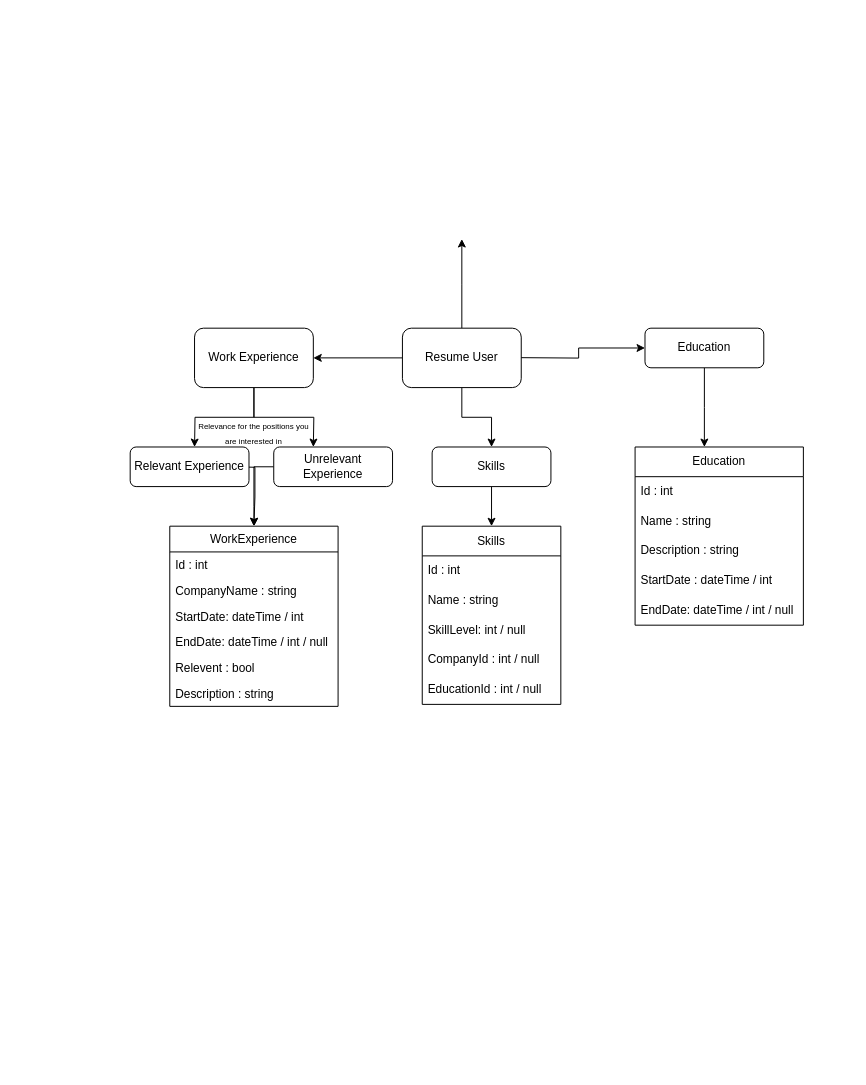
This is Planning/Backend/PlanningDatabaseContent.drawio from Agent00bad/Examensarbete, a draw.io file, before an edit. Source tidied: cells renumbered, new cells numbered last; positions are measured from the earlier drawing's top-left corner, leaving out a move shared by most shapes. Both pictures are drawn from the tidied source at 99%, with x=0, y=0 at pixel (130, 239).
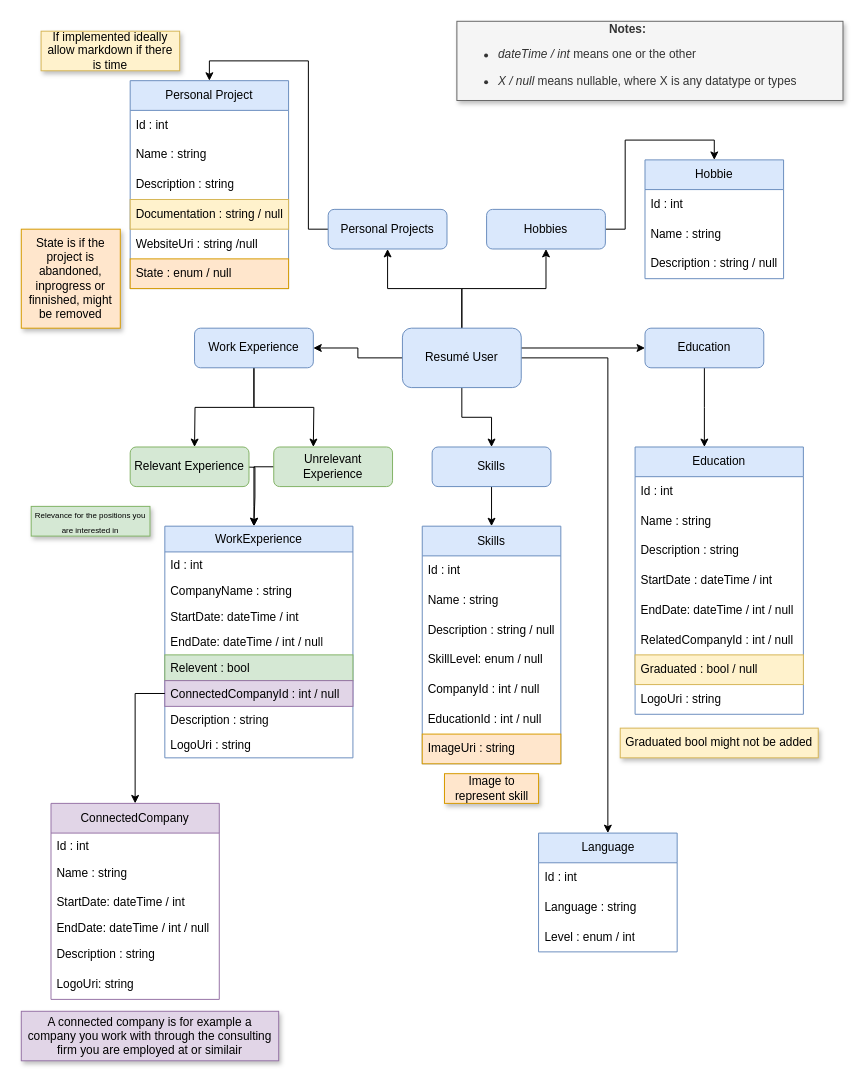
Above is the later version.

The edit, as a diff of the source:
```diff
@@
     <mxCell id="3" style="edgeStyle=orthogonalEdgeStyle;rounded=0;jettySize=auto;html=1;entryX=0;entryY=0.5;entryDx=0;entryDy=0;" parent="1" edge="1" target="25">
       <mxGeometry relative="1" as="geometry">
         <mxPoint x="385" y="119.7" as="sourcePoint" />
+        <Array as="points">
+          <mxPoint x="385" y="110" />
+        </Array>
       </mxGeometry>
     </mxCell>
@@
-    <mxCell id="5" style="edgeStyle=orthogonalEdgeStyle;rounded=0;jettySize=auto;html=1;" parent="1" edge="1" source="6">
-      <mxGeometry relative="1" as="geometry">
-        <mxPoint x="335" as="targetPoint" />
-      </mxGeometry>
-    </mxCell>
+    <mxCell id="38" style="edgeStyle=orthogonalEdgeStyle;rounded=0;jettySize=auto;html=1;entryX=0.5;entryY=1;entryDx=0;entryDy=0;" parent="1" edge="1" source="6" target="58">
+      <mxGeometry relative="1" as="geometry" />
+    </mxCell>
+    <mxCell id="39" style="edgeStyle=orthogonalEdgeStyle;rounded=0;jettySize=auto;html=1;entryX=0.5;entryY=1;entryDx=0;entryDy=0;" parent="1" edge="1" source="6" target="60">
+      <mxGeometry relative="1" as="geometry" />
+    </mxCell>
+    <mxCell id="40" style="edgeStyle=orthogonalEdgeStyle;rounded=0;jettySize=auto;html=1;entryX=0.5;entryY=0;entryDx=0;entryDy=0;" parent="1" edge="1" source="6" target="73">
+      <mxGeometry relative="1" as="geometry" />
+    </mxCell>
-    <mxCell id="6" value="Resume User" style="rounded=1;whiteSpace=wrap;html=1;" parent="1" vertex="1">
+    <mxCell id="6" value="Resumé User" style="rounded=1;whiteSpace=wrap;html=1;fillColor=#dae8fc;strokeColor=#6c8ebf;" parent="1" vertex="1">
       <mxGeometry x="275" y="90" width="120" height="60" as="geometry" />
     </mxCell>
@@
-    <mxCell id="9" value="Work Experience" style="rounded=1;whiteSpace=wrap;html=1;" parent="1" vertex="1">
-      <mxGeometry x="65" y="90" width="120" height="60" as="geometry" />
+    <mxCell id="9" value="Work Experience" style="rounded=1;whiteSpace=wrap;html=1;fillColor=#dae8fc;strokeColor=#6c8ebf;" parent="1" vertex="1">
+      <mxGeometry x="65" y="90" width="120" height="40" as="geometry" />
     </mxCell>
@@
-    <mxCell id="11" value="Relevant Experience" style="rounded=1;whiteSpace=wrap;html=1;" parent="1" vertex="1">
+    <mxCell id="11" value="Relevant Experience" style="rounded=1;whiteSpace=wrap;html=1;fillColor=#d5e8d4;strokeColor=#82b366;" parent="1" vertex="1">
       <mxGeometry y="210" width="120" height="40" as="geometry" />
     </mxCell>
@@
-    <mxCell id="13" value="Unrelevant Experience" style="rounded=1;whiteSpace=wrap;html=1;" parent="1" vertex="1">
+    <mxCell id="13" value="Unrelevant Experience" style="rounded=1;whiteSpace=wrap;html=1;fillColor=#d5e8d4;strokeColor=#82b366;" parent="1" vertex="1">
       <mxGeometry x="145" y="210" width="120" height="40" as="geometry" />
     </mxCell>
-    <mxCell id="14" value="&lt;font style=&quot;font-size: 8px;&quot;&gt;Relevance for the positions you are interested in &lt;/font&gt;" style="text;html=1;align=center;verticalAlign=middle;whiteSpace=wrap;rounded=0;" parent="1" vertex="1">
-      <mxGeometry x="65" y="180" width="120" height="30" as="geometry" />
+    <mxCell id="14" value="&lt;font style=&quot;font-size: 8px;&quot;&gt;Relevance for the positions you are interested in &lt;/font&gt;" style="text;html=1;align=center;verticalAlign=middle;whiteSpace=wrap;rounded=0;fillColor=#d5e8d4;strokeColor=#82b366;shadow=1;" parent="1" vertex="1">
+      <mxGeometry x="-100" y="270" width="120" height="30" as="geometry" />
     </mxCell>
-    <mxCell id="15" value="WorkExperience" style="swimlane;fontStyle=0;horizontal=1;startSize=26;fillColor=none;whiteSpace=wrap;html=1;" parent="1" vertex="1">
-      <mxGeometry x="40" y="290" width="170" height="182" as="geometry" />
+    <mxCell id="15" value="WorkExperience" style="swimlane;fontStyle=0;horizontal=1;startSize=26;fillColor=#dae8fc;whiteSpace=wrap;html=1;strokeColor=#6c8ebf;" parent="1" vertex="1">
+      <mxGeometry x="35" y="290" width="190" height="234" as="geometry" />
     </mxCell>
     <mxCell id="16" value="Id : int" style="text;strokeColor=none;fillColor=none;align=left;verticalAlign=top;spacingLeft=4;spacingRight=4;overflow=hidden;whiteSpace=wrap;html=1;" parent="15" vertex="1">
-      <mxGeometry y="26" width="170" height="26" as="geometry" />
+      <mxGeometry y="26" width="190" height="26" as="geometry" />
     </mxCell>
     <mxCell id="17" value="CompanyName : string" style="text;strokeColor=none;fillColor=none;align=left;verticalAlign=top;spacingLeft=4;spacingRight=4;overflow=hidden;whiteSpace=wrap;html=1;" parent="15" vertex="1">
-      <mxGeometry y="52" width="170" height="26" as="geometry" />
+      <mxGeometry y="52" width="190" height="26" as="geometry" />
     </mxCell>
     <mxCell id="18" value="StartDate: dateTime / int" style="text;strokeColor=none;fillColor=none;align=left;verticalAlign=top;spacingLeft=4;spacingRight=4;overflow=hidden;whiteSpace=wrap;html=1;" parent="15" vertex="1">
-      <mxGeometry y="78" width="170" height="26" as="geometry" />
+      <mxGeometry y="78" width="190" height="26" as="geometry" />
     </mxCell>
     <mxCell id="19" value="EndDate: dateTime / int / null" style="text;strokeColor=none;fillColor=none;align=left;verticalAlign=top;spacingLeft=4;spacingRight=4;overflow=hidden;whiteSpace=wrap;html=1;" parent="15" vertex="1">
-      <mxGeometry y="104" width="170" height="26" as="geometry" />
+      <mxGeometry y="104" width="190" height="26" as="geometry" />
     </mxCell>
-    <mxCell id="20" value="Relevent : bool" style="text;strokeColor=none;fillColor=none;align=left;verticalAlign=top;spacingLeft=4;spacingRight=4;overflow=hidden;whiteSpace=wrap;html=1;" parent="15" vertex="1">
-      <mxGeometry y="130" width="170" height="26" as="geometry" />
+    <mxCell id="20" value="Relevent : bool" style="text;strokeColor=#82b366;fillColor=#d5e8d4;align=left;verticalAlign=top;spacingLeft=4;spacingRight=4;overflow=hidden;whiteSpace=wrap;html=1;" parent="15" vertex="1">
+      <mxGeometry y="130" width="190" height="26" as="geometry" />
     </mxCell>
+    <mxCell id="41" value="ConnectedCompanyId : int / null" style="text;strokeColor=#9673a6;fillColor=#e1d5e7;align=left;verticalAlign=top;spacingLeft=4;spacingRight=4;overflow=hidden;points=[[0,0.5],[1,0.5]];portConstraint=eastwest;whiteSpace=wrap;html=1;" parent="15" vertex="1">
+      <mxGeometry y="156" width="190" height="26" as="geometry" />
+    </mxCell>
     <mxCell id="21" value="Description : string" style="text;strokeColor=none;fillColor=none;align=left;verticalAlign=top;spacingLeft=4;spacingRight=4;overflow=hidden;whiteSpace=wrap;html=1;" parent="15" vertex="1">
-      <mxGeometry y="156" width="170" height="26" as="geometry" />
+      <mxGeometry y="182" width="190" height="26" as="geometry" />
     </mxCell>
+    <mxCell id="42" value="LogoUri : string" style="text;strokeColor=none;fillColor=none;align=left;verticalAlign=top;spacingLeft=4;spacingRight=4;overflow=hidden;whiteSpace=wrap;html=1;" parent="15" vertex="1">
+      <mxGeometry y="208" width="190" height="26" as="geometry" />
+    </mxCell>
@@
-    <mxCell id="23" value="Skills" style="rounded=1;whiteSpace=wrap;html=1;" parent="1" vertex="1">
+    <mxCell id="23" value="Skills" style="rounded=1;whiteSpace=wrap;html=1;fillColor=#dae8fc;strokeColor=#6c8ebf;" parent="1" vertex="1">
       <mxGeometry x="305" y="210" width="120" height="40" as="geometry" />
     </mxCell>
@@
-    <mxCell id="25" value="Education" style="rounded=1;whiteSpace=wrap;html=1;" parent="1" vertex="1">
+    <mxCell id="25" value="Education" style="rounded=1;whiteSpace=wrap;html=1;fillColor=#dae8fc;strokeColor=#6c8ebf;" parent="1" vertex="1">
       <mxGeometry x="520" y="90" width="120" height="40" as="geometry" />
     </mxCell>
-    <mxCell id="26" value="Skills" style="swimlane;fontStyle=0;horizontal=1;startSize=30;whiteSpace=wrap;html=1;" parent="1" vertex="1">
-      <mxGeometry x="295" y="290" width="140" height="180" as="geometry" />
+    <mxCell id="26" value="Skills" style="swimlane;fontStyle=0;horizontal=1;startSize=30;whiteSpace=wrap;html=1;fillColor=#dae8fc;strokeColor=#6c8ebf;" parent="1" vertex="1">
+      <mxGeometry x="295" y="290" width="140" height="240" as="geometry" />
     </mxCell>
@@
+    <mxCell id="43" value="Description : string / null" style="text;strokeColor=none;fillColor=none;align=left;verticalAlign=middle;spacingLeft=4;spacingRight=4;overflow=hidden;whiteSpace=wrap;html=1;" parent="26" vertex="1">
+      <mxGeometry y="90" width="140" height="30" as="geometry" />
+    </mxCell>
-    <mxCell id="29" value="SkillLevel: int / null" style="text;strokeColor=none;fillColor=none;align=left;verticalAlign=middle;spacingLeft=4;spacingRight=4;overflow=hidden;whiteSpace=wrap;html=1;" parent="26" vertex="1">
-      <mxGeometry y="90" width="140" height="30" as="geometry" />
+    <mxCell id="29" value="SkillLevel: enum / null" style="text;strokeColor=none;fillColor=none;align=left;verticalAlign=middle;spacingLeft=4;spacingRight=4;overflow=hidden;whiteSpace=wrap;html=1;" parent="26" vertex="1">
+      <mxGeometry y="120" width="140" height="30" as="geometry" />
     </mxCell>
     <mxCell id="30" value="CompanyId : int / null" style="text;strokeColor=none;fillColor=none;align=left;verticalAlign=middle;spacingLeft=4;spacingRight=4;overflow=hidden;whiteSpace=wrap;html=1;" parent="26" vertex="1">
-      <mxGeometry y="120" width="140" height="30" as="geometry" />
+      <mxGeometry y="150" width="140" height="30" as="geometry" />
     </mxCell>
     <mxCell id="31" value="EducationId : int / null" style="text;strokeColor=none;fillColor=none;align=left;verticalAlign=middle;spacingLeft=4;spacingRight=4;overflow=hidden;whiteSpace=wrap;html=1;" parent="26" vertex="1">
-      <mxGeometry y="150" width="140" height="30" as="geometry" />
+      <mxGeometry y="180" width="140" height="30" as="geometry" />
     </mxCell>
+    <mxCell id="44" value="ImageUri : string" style="text;strokeColor=#d79b00;fillColor=#ffe6cc;align=left;verticalAlign=middle;spacingLeft=4;spacingRight=4;overflow=hidden;whiteSpace=wrap;html=1;" parent="26" vertex="1">
+      <mxGeometry y="210" width="140" height="30" as="geometry" />
+    </mxCell>
-    <mxCell id="32" value="Education" style="swimlane;fontStyle=0;horizontal=1;startSize=30;whiteSpace=wrap;html=1;" parent="1" vertex="1">
-      <mxGeometry x="510" y="210" width="170" height="180" as="geometry" />
+    <mxCell id="32" value="Education" style="swimlane;fontStyle=0;horizontal=1;startSize=30;whiteSpace=wrap;html=1;fillColor=#dae8fc;strokeColor=#6c8ebf;" parent="1" vertex="1">
+      <mxGeometry x="510" y="210" width="170" height="270" as="geometry" />
     </mxCell>
@@
+    <mxCell id="45" value="RelatedCompanyId : int / null" style="text;strokeColor=none;fillColor=none;align=left;verticalAlign=middle;spacingLeft=4;spacingRight=4;overflow=hidden;whiteSpace=wrap;html=1;" parent="32" vertex="1">
+      <mxGeometry y="180" width="170" height="30" as="geometry" />
+    </mxCell>
+    <mxCell id="46" value="Graduated : bool / null" style="text;strokeColor=#d6b656;fillColor=#fff2cc;align=left;verticalAlign=middle;spacingLeft=4;spacingRight=4;overflow=hidden;whiteSpace=wrap;html=1;" parent="32" vertex="1">
+      <mxGeometry y="210" width="170" height="30" as="geometry" />
+    </mxCell>
+    <mxCell id="47" value="LogoUri : string" style="text;strokeColor=none;fillColor=none;align=left;verticalAlign=middle;spacingLeft=4;spacingRight=4;overflow=hidden;whiteSpace=wrap;html=1;" parent="32" vertex="1">
+      <mxGeometry y="240" width="170" height="30" as="geometry" />
+    </mxCell>
+    <mxCell id="48" value="Graduated bool might not be added" style="text;html=1;align=center;verticalAlign=middle;whiteSpace=wrap;rounded=0;fillColor=#fff2cc;strokeColor=#d6b656;shadow=1;" parent="1" vertex="1">
+      <mxGeometry x="495" y="494" width="200" height="30" as="geometry" />
+    </mxCell>
+    <mxCell id="49" value="ConnectedCompany" style="swimlane;fontStyle=0;horizontal=1;startSize=30;whiteSpace=wrap;html=1;fillColor=#e1d5e7;strokeColor=#9673a6;" parent="1" vertex="1">
+      <mxGeometry x="-80" y="570" width="170" height="198" as="geometry" />
+    </mxCell>
+    <mxCell id="50" value="Id : int" style="text;strokeColor=none;fillColor=none;align=left;verticalAlign=top;spacingLeft=4;spacingRight=4;overflow=hidden;whiteSpace=wrap;html=1;" parent="49" vertex="1">
+      <mxGeometry y="30" width="170" height="26" as="geometry" />
+    </mxCell>
+    <mxCell id="51" value="Name : string" style="text;strokeColor=none;fillColor=none;align=left;verticalAlign=middle;spacingLeft=4;spacingRight=4;overflow=hidden;whiteSpace=wrap;html=1;" parent="49" vertex="1">
+      <mxGeometry y="56" width="170" height="30" as="geometry" />
+    </mxCell>
+    <mxCell id="52" value="StartDate: dateTime / int" style="text;strokeColor=none;fillColor=none;align=left;verticalAlign=top;spacingLeft=4;spacingRight=4;overflow=hidden;whiteSpace=wrap;html=1;" parent="49" vertex="1">
+      <mxGeometry y="86" width="170" height="26" as="geometry" />
+    </mxCell>
+    <mxCell id="53" value="EndDate: dateTime / int / null" style="text;strokeColor=none;fillColor=none;align=left;verticalAlign=top;spacingLeft=4;spacingRight=4;overflow=hidden;whiteSpace=wrap;html=1;" parent="49" vertex="1">
+      <mxGeometry y="112" width="170" height="26" as="geometry" />
+    </mxCell>
+    <mxCell id="54" value="Description : string" style="text;strokeColor=none;fillColor=none;align=left;verticalAlign=middle;spacingLeft=4;spacingRight=4;overflow=hidden;whiteSpace=wrap;html=1;" parent="49" vertex="1">
+      <mxGeometry y="138" width="170" height="30" as="geometry" />
+    </mxCell>
+    <mxCell id="55" value="LogoUri: string" style="text;strokeColor=none;fillColor=none;align=left;verticalAlign=middle;spacingLeft=4;spacingRight=4;overflow=hidden;whiteSpace=wrap;html=1;" parent="49" vertex="1">
+      <mxGeometry y="168" width="170" height="30" as="geometry" />
+    </mxCell>
+    <mxCell id="56" style="edgeStyle=orthogonalEdgeStyle;rounded=0;jettySize=auto;html=1;entryX=0.5;entryY=0;entryDx=0;entryDy=0;" parent="1" edge="1" source="41" target="49">
+      <mxGeometry relative="1" as="geometry" />
+    </mxCell>
+    <mxCell id="57" style="edgeStyle=orthogonalEdgeStyle;rounded=0;jettySize=auto;html=1;entryX=0.5;entryY=0;entryDx=0;entryDy=0;" parent="1" edge="1" source="58" target="61">
+      <mxGeometry relative="1" as="geometry" />
+    </mxCell>
+    <mxCell id="58" value="Personal Projects" style="rounded=1;whiteSpace=wrap;html=1;fillColor=#dae8fc;strokeColor=#6c8ebf;" parent="1" vertex="1">
+      <mxGeometry x="200" y="-30" width="120" height="40" as="geometry" />
+    </mxCell>
+    <mxCell id="59" style="edgeStyle=orthogonalEdgeStyle;rounded=0;jettySize=auto;html=1;entryX=0.5;entryY=0;entryDx=0;entryDy=0;" parent="1" edge="1" source="60" target="77">
+      <mxGeometry relative="1" as="geometry" />
+    </mxCell>
+    <mxCell id="60" value="Hobbies" style="rounded=1;whiteSpace=wrap;html=1;fillColor=#dae8fc;strokeColor=#6c8ebf;" parent="1" vertex="1">
+      <mxGeometry x="360" y="-30" width="120" height="40" as="geometry" />
+    </mxCell>
+    <mxCell id="61" value="Personal Project" style="swimlane;fontStyle=0;horizontal=1;startSize=30;whiteSpace=wrap;html=1;fillColor=#dae8fc;strokeColor=#6c8ebf;shadow=0;" parent="1" vertex="1">
+      <mxGeometry y="-160" width="160" height="210" as="geometry" />
+    </mxCell>
+    <mxCell id="62" value="Id : int" style="text;strokeColor=none;fillColor=none;align=left;verticalAlign=middle;spacingLeft=4;spacingRight=4;overflow=hidden;whiteSpace=wrap;html=1;" parent="61" vertex="1">
+      <mxGeometry y="30" width="160" height="30" as="geometry" />
+    </mxCell>
+    <mxCell id="63" value="Name : string&lt;span style=&quot;white-space: pre;&quot;&gt;&#9;&lt;/span&gt;" style="text;strokeColor=none;fillColor=none;align=left;verticalAlign=middle;spacingLeft=4;spacingRight=4;overflow=hidden;whiteSpace=wrap;html=1;" parent="61" vertex="1">
+      <mxGeometry y="60" width="160" height="30" as="geometry" />
+    </mxCell>
+    <mxCell id="64" value="Description : string" style="text;strokeColor=none;fillColor=none;align=left;verticalAlign=middle;spacingLeft=4;spacingRight=4;overflow=hidden;whiteSpace=wrap;html=1;" parent="61" vertex="1">
+      <mxGeometry y="90" width="160" height="30" as="geometry" />
+    </mxCell>
+    <mxCell id="65" value="Documentation : string / null" style="text;strokeColor=#d6b656;fillColor=#fff2cc;align=left;verticalAlign=middle;spacingLeft=4;spacingRight=4;overflow=hidden;whiteSpace=wrap;html=1;" parent="61" vertex="1">
+      <mxGeometry y="120" width="160" height="30" as="geometry" />
+    </mxCell>
+    <mxCell id="66" value="WebsiteUri : string /null" style="text;strokeColor=none;fillColor=none;align=left;verticalAlign=middle;spacingLeft=4;spacingRight=4;overflow=hidden;whiteSpace=wrap;html=1;" parent="61" vertex="1">
+      <mxGeometry y="150" width="160" height="30" as="geometry" />
+    </mxCell>
+    <mxCell id="67" value="State : enum / null" style="text;strokeColor=#d79b00;fillColor=#ffe6cc;align=left;verticalAlign=middle;spacingLeft=4;spacingRight=4;overflow=hidden;whiteSpace=wrap;html=1;" parent="61" vertex="1">
+      <mxGeometry y="180" width="160" height="30" as="geometry" />
+    </mxCell>
+    <mxCell id="68" value="A connected company is for example a company you work with through the consulting firm you are employed at or similair" style="text;html=1;align=center;verticalAlign=middle;whiteSpace=wrap;rounded=0;fillColor=#e1d5e7;strokeColor=#9673a6;shadow=1;" parent="1" vertex="1">
+      <mxGeometry x="-110" y="780" width="260" height="50" as="geometry" />
+    </mxCell>
+    <mxCell id="69" value="If implemented ideally allow markdown if there is time" style="text;html=1;align=center;verticalAlign=middle;whiteSpace=wrap;rounded=0;fillColor=#fff2cc;strokeColor=#d6b656;shadow=1;" parent="1" vertex="1">
+      <mxGeometry x="-90" y="-210" width="140" height="40" as="geometry" />
+    </mxCell>
+    <mxCell id="70" value="Image to represent skill" style="text;html=1;align=center;verticalAlign=middle;whiteSpace=wrap;rounded=0;fillColor=#ffe6cc;strokeColor=#d79b00;shadow=1;" parent="1" vertex="1">
+      <mxGeometry x="317.5" y="540" width="95" height="30" as="geometry" />
+    </mxCell>
+    <mxCell id="71" value="State is if the project is abandoned, inprogress or finnished, might be removed" style="text;html=1;align=center;verticalAlign=middle;whiteSpace=wrap;rounded=0;fillColor=#ffe6cc;strokeColor=#d79b00;shadow=1;" parent="1" vertex="1">
+      <mxGeometry x="-110" y="-10" width="100" height="100" as="geometry" />
+    </mxCell>
+    <mxCell id="72" value="&lt;div align=&quot;center&quot;&gt;&lt;b&gt;Notes:&lt;/b&gt;&lt;/div&gt;&lt;div align=&quot;left&quot;&gt;&lt;ul&gt;&lt;li&gt;&lt;i&gt;dateTime / int&lt;/i&gt; means one or the other&lt;/li&gt;&lt;/ul&gt;&lt;/div&gt;&lt;div align=&quot;left&quot;&gt;&lt;ul&gt;&lt;li&gt;&lt;i&gt;X / null&lt;/i&gt; means nullable, where X is any datatype or types&lt;br&gt;&lt;/li&gt;&lt;/ul&gt;&lt;/div&gt;" style="rounded=0;whiteSpace=wrap;html=1;align=left;fillColor=#f5f5f5;fontColor=#333333;strokeColor=#666666;shadow=1;" parent="1" vertex="1">
+      <mxGeometry x="330" y="-220" width="390" height="80" as="geometry" />
+    </mxCell>
+    <mxCell id="73" value="Language" style="swimlane;fontStyle=0;horizontal=1;startSize=30;whiteSpace=wrap;html=1;fillColor=#dae8fc;strokeColor=#6c8ebf;" parent="1" vertex="1">
+      <mxGeometry x="412.5" y="600" width="140" height="120" as="geometry" />
+    </mxCell>
+    <mxCell id="74" value="Id : int" style="text;strokeColor=none;fillColor=none;align=left;verticalAlign=middle;spacingLeft=4;spacingRight=4;overflow=hidden;whiteSpace=wrap;html=1;" parent="73" vertex="1">
+      <mxGeometry y="30" width="140" height="30" as="geometry" />
+    </mxCell>
+    <mxCell id="75" value="Language : string " style="text;strokeColor=none;fillColor=none;align=left;verticalAlign=middle;spacingLeft=4;spacingRight=4;overflow=hidden;whiteSpace=wrap;html=1;" parent="73" vertex="1">
+      <mxGeometry y="60" width="140" height="30" as="geometry" />
+    </mxCell>
+    <mxCell id="76" value="Level : enum / int" style="text;strokeColor=none;fillColor=none;align=left;verticalAlign=middle;spacingLeft=4;spacingRight=4;overflow=hidden;whiteSpace=wrap;html=1;" parent="73" vertex="1">
+      <mxGeometry y="90" width="140" height="30" as="geometry" />
+    </mxCell>
+    <mxCell id="77" value="Hobbie" style="swimlane;fontStyle=0;horizontal=1;startSize=30;whiteSpace=wrap;html=1;fillColor=#dae8fc;strokeColor=#6c8ebf;" parent="1" vertex="1">
+      <mxGeometry x="520" y="-80" width="140" height="120" as="geometry" />
+    </mxCell>
+    <mxCell id="78" value="Id : int" style="text;strokeColor=none;fillColor=none;align=left;verticalAlign=middle;spacingLeft=4;spacingRight=4;overflow=hidden;whiteSpace=wrap;html=1;" parent="77" vertex="1">
+      <mxGeometry y="30" width="140" height="30" as="geometry" />
+    </mxCell>
+    <mxCell id="79" value="Name : string" style="text;strokeColor=none;fillColor=none;align=left;verticalAlign=middle;spacingLeft=4;spacingRight=4;overflow=hidden;whiteSpace=wrap;html=1;" parent="77" vertex="1">
+      <mxGeometry y="60" width="140" height="30" as="geometry" />
+    </mxCell>
+    <mxCell id="80" value="Description : string / null" style="text;strokeColor=none;fillColor=none;align=left;verticalAlign=middle;spacingLeft=4;spacingRight=4;overflow=hidden;whiteSpace=wrap;html=1;" parent="77" vertex="1">
+      <mxGeometry y="90" width="140" height="30" as="geometry" />
+    </mxCell>
```
